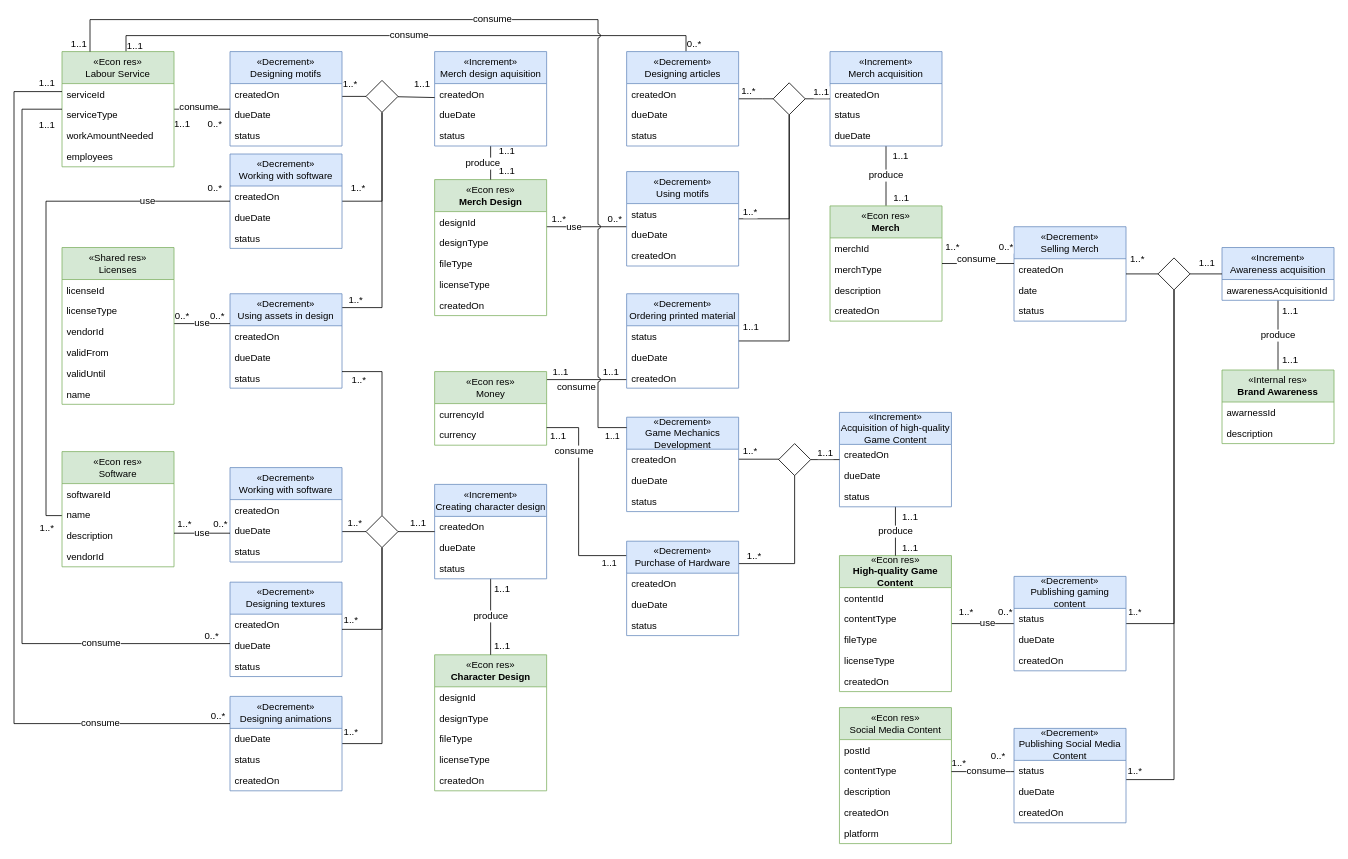
Before: page "Conversion" (2 of 10) of media/IS1_Project_REA.drawio in tudwiglemmel/Neigh-Corp---Golden-Meadows, a draw.io diagram. Source tidied: cells renumbered, new cells numbered last; positions are measured from the earlier drawing's top-left corner, leaving out a move shared by most shapes. Both pictures are drawn from the tidied source at 80%, with x=0, y=0 at pixel (14, 19).
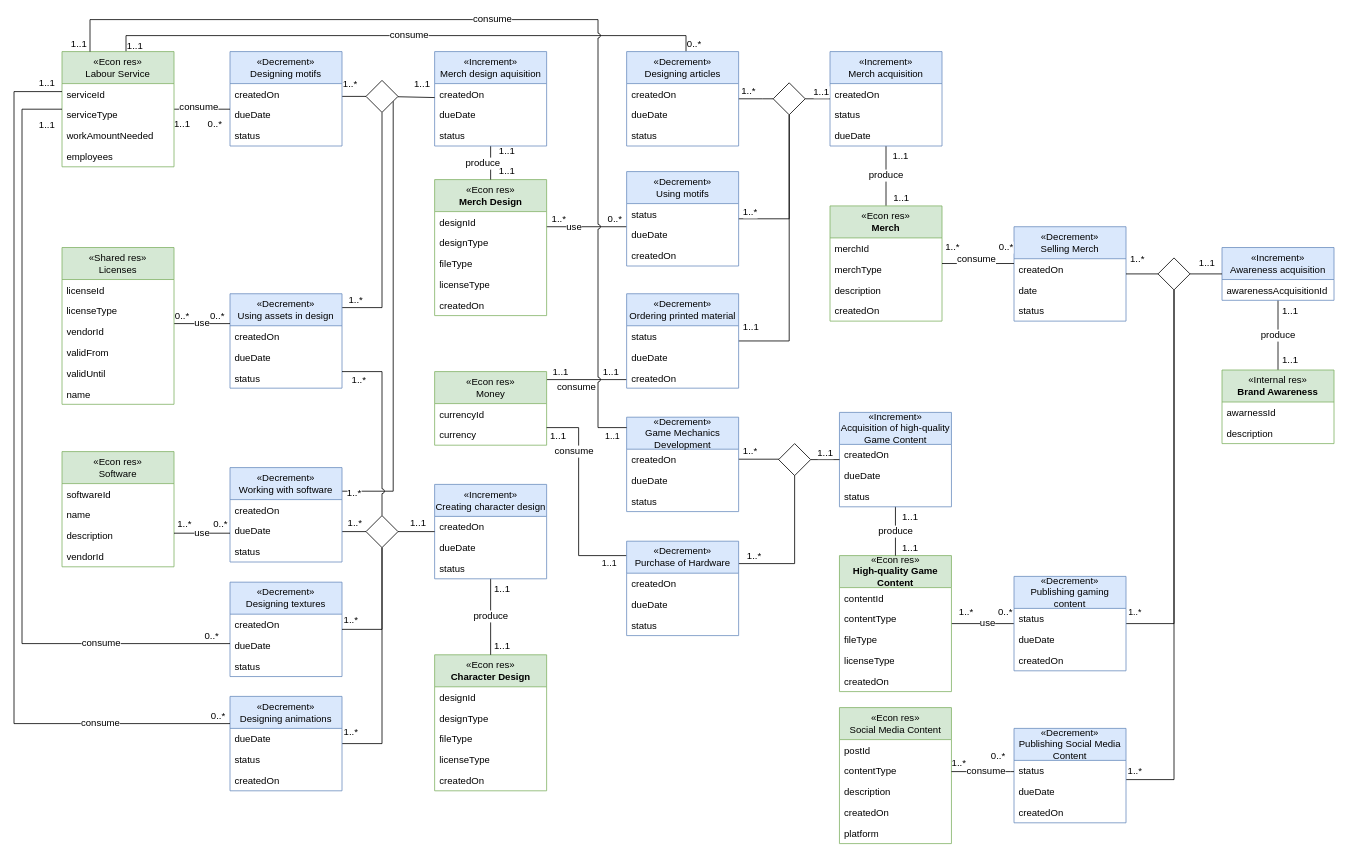
The same diagram, later.

The change refers to these unchanged cells:
```xml
<mxCell id="50" value="«Decrement»&lt;div&gt;Using assets in design&lt;/div&gt;" style="rounded=0;whiteSpace=wrap;html=1;fillColor=#dae8fc;strokeColor=#6c8ebf;shape=swimlane;fontStyle=0;startSize=40;horizontal=1;" parent="1" vertex="1">
  <mxGeometry x="270" y="342.7" width="140" height="118" as="geometry" />
</mxCell>
<mxCell id="85" value="&lt;div&gt;«Econ res»&lt;/div&gt;Software" style="rounded=0;whiteSpace=wrap;html=1;shape=swimlane;fontStyle=0;startSize=40;horizontal=1;fillColor=#d5e8d4;strokeColor=#82b366;" parent="1" vertex="1">
  <mxGeometry x="60" y="540" width="140" height="144" as="geometry" />
</mxCell>
<mxCell id="109" style="rhombus;whiteSpace=wrap;html=1;shapeInside=1;" parent="1" vertex="1">
  <mxGeometry x="440" y="76" width="40" height="40" as="geometry" />
</mxCell>
<mxCell id="124" value="«Decrement»&lt;div&gt;Working with software&lt;/div&gt;" style="rounded=0;whiteSpace=wrap;html=1;fillColor=#dae8fc;strokeColor=#6c8ebf;shape=swimlane;fontStyle=0;startSize=40;horizontal=1;" parent="1" vertex="1">
  <mxGeometry x="270" y="560" width="140" height="118" as="geometry" />
</mxCell>
<mxCell id="145" style="rhombus;whiteSpace=wrap;html=1;shapeInside=1;" parent="1" vertex="1">
  <mxGeometry x="440" y="620" width="40" height="40" as="geometry" />
</mxCell>
```

The edit, as a diff of the source:
```diff
@@
-    <mxCell id="42" style="rounded=0;jettySize=auto;html=1;fontFamily=Helvetica;fontSize=12;fontColor=default;exitX=1;exitY=0.5;exitDx=0;exitDy=0;endArrow=none;endFill=0;edgeStyle=orthogonalEdgeStyle;" parent="1" edge="1" source="44" target="109">
-      <mxGeometry relative="1" as="geometry" />
+    <mxCell id="42" style="rounded=0;jettySize=auto;html=1;fontFamily=Helvetica;fontSize=12;fontColor=default;exitX=1;exitY=0.25;exitDx=0;exitDy=0;endArrow=none;endFill=0;edgeStyle=orthogonalEdgeStyle;jumpStyle=arc;" parent="1" edge="1" source="124" target="109">
+      <mxGeometry x="0.69" relative="1" as="geometry">
+        <Array as="points">
+          <mxPoint x="474" y="589.5" />
+        </Array>
+      </mxGeometry>
     </mxCell>
     <mxCell id="43" value="1..*" style="edgeLabel;html=1;align=center;verticalAlign=middle;fontFamily=Helvetica;fontSize=12;fontColor=default;" parent="42" vertex="1">
       <mxGeometry x="-0.62" y="-1" relative="1" as="geometry">
-        <mxPoint x="-12" y="-18" as="offset" />
+        <mxPoint x="-51" y="43" as="offset" />
       </mxGeometry>
     </mxCell>
-    <mxCell id="44" value="«Decrement»&lt;div&gt;Working with software&lt;/div&gt;" style="rounded=0;whiteSpace=wrap;html=1;fillColor=#dae8fc;strokeColor=#6c8ebf;shape=swimlane;fontStyle=0;startSize=40;horizontal=1;" parent="1" vertex="1">
-      <mxGeometry x="270" y="168" width="140" height="118" as="geometry" />
-    </mxCell>
-    <mxCell id="45" value="createdOn" style="text;strokeColor=none;fillColor=none;align=left;verticalAlign=top;spacingLeft=4;spacingRight=4;overflow=hidden;whiteSpace=wrap;html=1;" parent="44" vertex="1">
-      <mxGeometry y="40" width="140" height="26" as="geometry" />
-    </mxCell>
-    <mxCell id="46" value="dueDate" style="text;strokeColor=none;fillColor=none;align=left;verticalAlign=top;spacingLeft=4;spacingRight=4;overflow=hidden;whiteSpace=wrap;html=1;" parent="44" vertex="1">
-      <mxGeometry y="66" width="140" height="26" as="geometry" />
-    </mxCell>
-    <mxCell id="47" value="status" style="text;strokeColor=none;fillColor=none;align=left;verticalAlign=top;spacingLeft=4;spacingRight=4;overflow=hidden;whiteSpace=wrap;html=1;" parent="44" vertex="1">
-      <mxGeometry y="92" width="140" height="26" as="geometry" />
-    </mxCell>
@@
-    <mxCell id="82" value="use" style="rounded=0;jettySize=auto;html=1;fontFamily=Helvetica;fontSize=12;fontColor=default;endArrow=none;endFill=0;edgeStyle=orthogonalEdgeStyle;" parent="1" edge="1" source="85" target="44">
-      <mxGeometry x="0.68" relative="1" as="geometry">
-        <Array as="points">
-          <mxPoint x="40" y="620" />
-          <mxPoint x="40" y="227" />
-        </Array>
-      </mxGeometry>
-    </mxCell>
-    <mxCell id="83" value="1..*" style="edgeLabel;html=1;align=center;verticalAlign=middle;fontFamily=Helvetica;fontSize=12;fontColor=default;" parent="82" vertex="1">
-      <mxGeometry x="-0.46" y="1" relative="1" as="geometry">
-        <mxPoint x="1" y="169" as="offset" />
-      </mxGeometry>
-    </mxCell>
-    <mxCell id="84" value="0..*" style="edgeLabel;html=1;align=center;verticalAlign=middle;fontFamily=Helvetica;fontSize=12;fontColor=default;" parent="82" vertex="1">
-      <mxGeometry x="0.08" y="5" relative="1" as="geometry">
-        <mxPoint x="215" y="-83" as="offset" />
-      </mxGeometry>
-    </mxCell>
@@
-    <mxCell id="128" style="rounded=0;jettySize=auto;html=1;fontFamily=Helvetica;fontSize=12;fontColor=default;endArrow=none;endFill=0;edgeStyle=orthogonalEdgeStyle;entryX=0.5;entryY=0;entryDx=0;entryDy=0;" parent="1" edge="1" source="50" target="145">
+    <mxCell id="128" style="rounded=0;jettySize=auto;html=1;fontFamily=Helvetica;fontSize=12;fontColor=default;endArrow=none;endFill=0;edgeStyle=orthogonalEdgeStyle;entryX=0.5;entryY=0;entryDx=0;entryDy=0;jumpStyle=arc;" parent="1" edge="1" source="50" target="145">
       <mxGeometry x="0.64" relative="1" as="geometry">
         <Array as="points">
           <mxPoint x="460" y="440" />
           <mxPoint x="460" y="620" />
         </Array>
       </mxGeometry>
     </mxCell>
```
